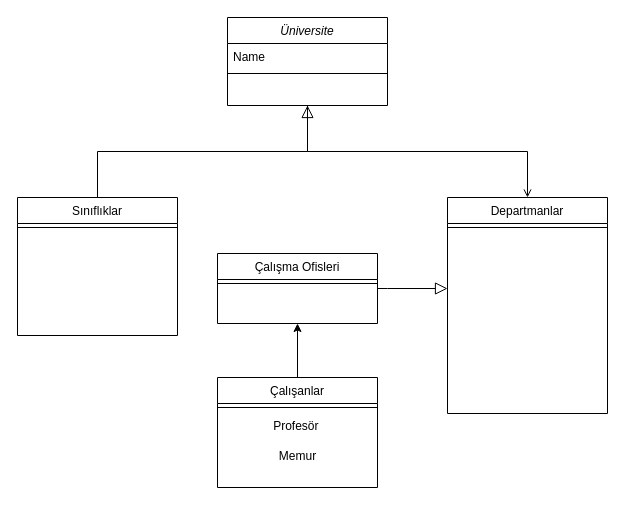
Before: Üniversite Yönetim Sistemi/Üniversite Yönetim Sistemi.drawio in SalihPolat32/Kodluyoruz_Java_Backend, a draw.io diagram. Source tidied: cells renumbered, new cells numbered last; positions are measured from the earlier drawing's top-left corner, leaving out a move shared by most shapes. Both pictures are drawn from the tidied source at 100%, with x=0, y=0 at pixel (17, 17).
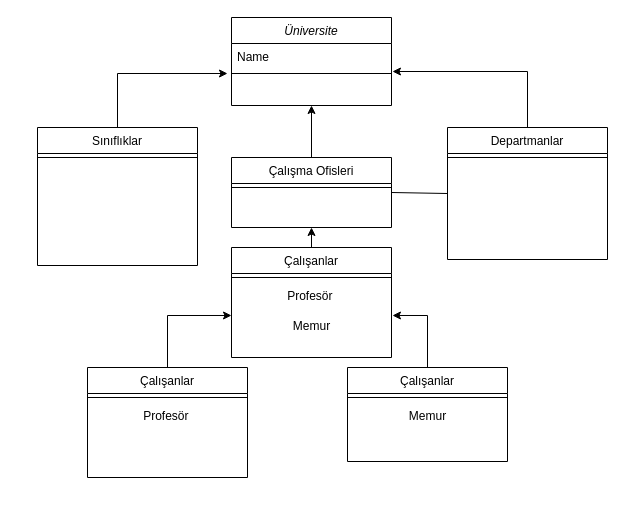
After the change.

Commit message (it also covers changes not shown here):
10.09.2023 Gün Sonu

Unchanged cells that the change refers to:
```xml
<mxCell id="3" value="Name" style="text;align=left;verticalAlign=top;spacingLeft=4;spacingRight=4;overflow=hidden;points=[[0,0.5],[1,0.5]];portConstraint=eastwest;" parent="2" vertex="1">
  <mxGeometry y="26" width="160" height="26" as="geometry" />
</mxCell>
<mxCell id="16" value="Profesör&amp;nbsp;" style="text;html=1;align=center;verticalAlign=middle;points=[];strokeColor=none;fillColor=none;" parent="14" vertex="1">
  <mxGeometry y="34" width="160" height="30" as="geometry" />
</mxCell>
<mxCell id="17" value="Memur" style="text;html=1;align=center;verticalAlign=middle;points=[];strokeColor=none;fillColor=none;" parent="14" vertex="1">
  <mxGeometry y="64" width="160" height="30" as="geometry" />
</mxCell>
```

Change to the diagram source:
```diff
@@
     <mxCell id="2" value="Üniversite" style="swimlane;fontStyle=2;align=center;verticalAlign=top;horizontal=1;startSize=26;rounded=0;shadow=0;strokeWidth=1;" parent="1" vertex="1">
-      <mxGeometry x="210" width="160" height="88" as="geometry" />
+      <mxGeometry x="214" width="160" height="88" as="geometry" />
     </mxCell>
@@
+    <mxCell id="19" style="edgeStyle=orthogonalEdgeStyle;rounded=0;jettySize=auto;html=1;entryX=-0.025;entryY=1.154;entryDx=0;entryDy=0;entryPerimeter=0;" parent="1" edge="1" source="5" target="3">
+      <mxGeometry relative="1" as="geometry" />
+    </mxCell>
     <mxCell id="5" value="Sınıflıklar" style="swimlane;fontStyle=0;align=center;verticalAlign=top;horizontal=1;startSize=26;rounded=0;shadow=0;strokeWidth=1;" parent="1" vertex="1">
-      <mxGeometry y="180" width="160" height="138" as="geometry" />
+      <mxGeometry x="20" y="110" width="160" height="138" as="geometry" />
     </mxCell>
@@
-    <mxCell id="7" style="endArrow=block;endSize=10;endFill=0;shadow=0;strokeWidth=1;rounded=0;edgeStyle=elbowEdgeStyle;elbow=vertical;" parent="1" edge="1" source="5" target="2">
-      <mxGeometry relative="1" as="geometry" />
-    </mxCell>
+    <mxCell id="20" style="edgeStyle=orthogonalEdgeStyle;rounded=0;jettySize=auto;html=1;entryX=0.5;entryY=1;entryDx=0;entryDy=0;" parent="1" edge="1" source="8" target="2">
+      <mxGeometry relative="1" as="geometry" />
+    </mxCell>
     <mxCell id="8" value="Çalışma Ofisleri" style="swimlane;fontStyle=0;align=center;verticalAlign=top;horizontal=1;startSize=26;rounded=0;shadow=0;strokeWidth=1;" parent="1" vertex="1">
-      <mxGeometry x="200" y="236" width="160" height="70" as="geometry" />
+      <mxGeometry x="214" y="140" width="160" height="70" as="geometry" />
     </mxCell>
@@
-    <mxCell id="10" style="endArrow=block;endSize=10;endFill=0;shadow=0;strokeWidth=1;rounded=0;edgeStyle=elbowEdgeStyle;elbow=vertical;entryX=0;entryY=0.5;entryDx=0;entryDy=0;" parent="1" edge="1" source="8">
-      <mxGeometry relative="1" as="geometry">
-        <mxPoint x="430" y="271" as="targetPoint" />
-        <Array as="points">
-          <mxPoint x="370" y="271" />
-        </Array>
-      </mxGeometry>
-    </mxCell>
+    <mxCell id="21" style="edgeStyle=orthogonalEdgeStyle;rounded=0;jettySize=auto;html=1;entryX=1.006;entryY=1.077;entryDx=0;entryDy=0;entryPerimeter=0;" parent="1" edge="1" source="11" target="3">
+      <mxGeometry relative="1" as="geometry" />
+    </mxCell>
     <mxCell id="11" value="Departmanlar" style="swimlane;fontStyle=0;align=center;verticalAlign=top;horizontal=1;startSize=26;rounded=0;shadow=0;strokeWidth=1;" parent="1" vertex="1">
-      <mxGeometry x="430" y="180" width="160" height="216" as="geometry" />
+      <mxGeometry x="430" y="110" width="160" height="132" as="geometry" />
     </mxCell>
@@
-    <mxCell id="13" style="endArrow=open;shadow=0;strokeWidth=1;rounded=0;endFill=1;edgeStyle=elbowEdgeStyle;elbow=vertical;" parent="1" edge="1" source="2" target="11">
-      <mxGeometry x="0.5" y="41" relative="1" as="geometry">
-        <mxPoint x="-40" y="32" as="offset" />
-      </mxGeometry>
-    </mxCell>
     <mxCell id="14" value="Çalışanlar" style="swimlane;fontStyle=0;align=center;verticalAlign=top;horizontal=1;startSize=26;rounded=0;shadow=0;strokeWidth=1;" parent="1" vertex="1">
-      <mxGeometry x="200" y="360" width="160" height="110" as="geometry" />
+      <mxGeometry x="214" y="230" width="160" height="110" as="geometry" />
     </mxCell>
@@
+    <mxCell id="22" style="endArrow=none;html=1;rounded=0;exitX=1;exitY=0.5;exitDx=0;exitDy=0;entryX=0;entryY=0.5;entryDx=0;entryDy=0;" parent="1" edge="1" source="8" target="11">
+      <mxGeometry relative="1" as="geometry" />
+    </mxCell>
+    <mxCell id="23" style="edgeStyle=orthogonalEdgeStyle;rounded=0;jettySize=auto;html=1;entryX=1.006;entryY=0.133;entryDx=0;entryDy=0;entryPerimeter=0;" parent="1" edge="1" source="24" target="17">
+      <mxGeometry relative="1" as="geometry" />
+    </mxCell>
+    <mxCell id="24" value="Çalışanlar" style="swimlane;fontStyle=0;align=center;verticalAlign=top;horizontal=1;startSize=26;rounded=0;shadow=0;strokeWidth=1;" parent="1" vertex="1">
+      <mxGeometry x="330" y="350" width="160" height="94" as="geometry" />
+    </mxCell>
+    <mxCell id="25" style="line;html=1;strokeWidth=1;align=left;verticalAlign=middle;spacingTop=-1;spacingLeft=3;spacingRight=3;labelPosition=right;" parent="24" vertex="1">
+      <mxGeometry y="26" width="160" height="8" as="geometry" />
+    </mxCell>
+    <mxCell id="26" value="Memur" style="text;html=1;align=center;verticalAlign=middle;strokeColor=none;fillColor=none;" parent="24" vertex="1">
+      <mxGeometry y="34" width="160" height="30" as="geometry" />
+    </mxCell>
+    <mxCell id="27" style="edgeStyle=orthogonalEdgeStyle;rounded=0;jettySize=auto;html=1;entryX=0;entryY=1.133;entryDx=0;entryDy=0;entryPerimeter=0;" parent="1" edge="1" source="28" target="16">
+      <mxGeometry relative="1" as="geometry" />
+    </mxCell>
+    <mxCell id="28" value="Çalışanlar" style="swimlane;fontStyle=0;align=center;verticalAlign=top;horizontal=1;startSize=26;rounded=0;shadow=0;strokeWidth=1;" parent="1" vertex="1">
+      <mxGeometry x="70" y="350" width="160" height="110" as="geometry" />
+    </mxCell>
+    <mxCell id="29" style="line;html=1;strokeWidth=1;align=left;verticalAlign=middle;spacingTop=-1;spacingLeft=3;spacingRight=3;labelPosition=right;" parent="28" vertex="1">
+      <mxGeometry y="26" width="160" height="8" as="geometry" />
+    </mxCell>
+    <mxCell id="30" value="Profesör&amp;nbsp;" style="text;html=1;align=center;verticalAlign=middle;strokeColor=none;fillColor=none;" parent="28" vertex="1">
+      <mxGeometry y="34" width="160" height="30" as="geometry" />
+    </mxCell>
```
